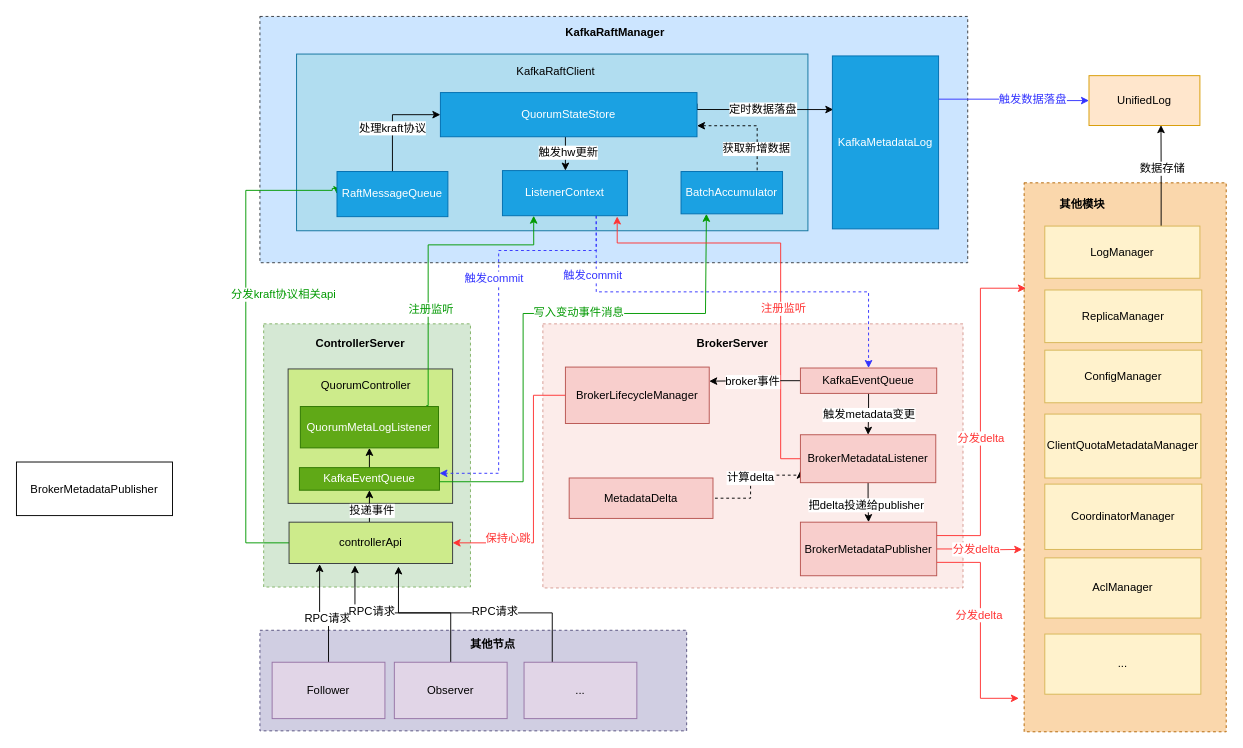
Before: page "第 7 页" (7 of 7) of controller.drawio in jameslcj/myBlog, a draw.io diagram. Source tidied: cells renumbered, new cells numbered last; positions are measured from the earlier drawing's top-left corner, leaving out a move shared by most shapes. Both pictures are drawn from the tidied source at 94%, with x=0, y=0 at pixel (16, 16).
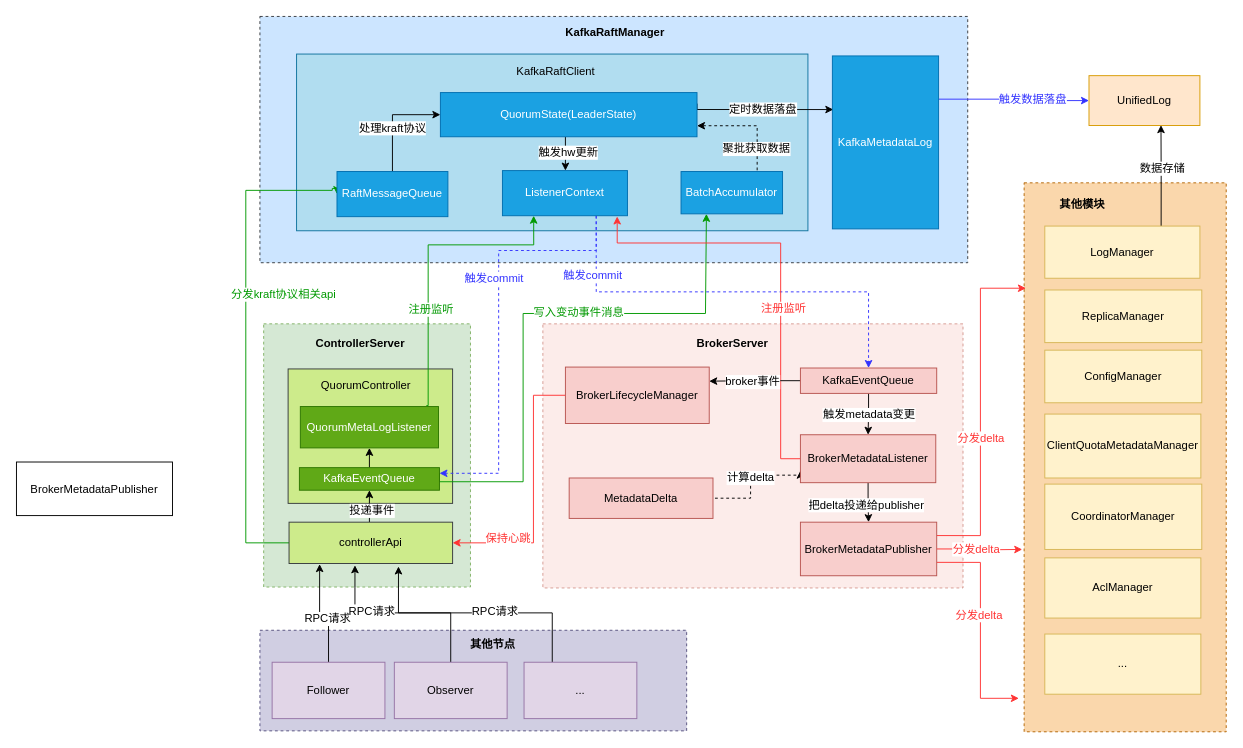
The same page after the edit.

Unchanged cells that the change refers to:
```xml
<mxCell id="24" style="edgeStyle=orthogonalEdgeStyle;rounded=0;jettySize=auto;html=1;exitX=1;exitY=0.75;exitDx=0;exitDy=0;entryX=0.75;entryY=0;entryDx=0;entryDy=0;fontSize=12;fontColor=#000000;startArrow=classic;startFill=1;endArrow=none;endFill=0;dashed=1;" parent="1" edge="1" source="27" target="63">
  <mxGeometry relative="1" as="geometry" />
</mxCell>
```

Change to the diagram source:
```diff
@@
-    <mxCell id="25" value="获取新增数据" style="edgeLabel;html=1;align=center;verticalAlign=middle;fontSize=12;fontColor=#000000;" parent="24" vertex="1">
+    <mxCell id="25" value="聚批获取数据" style="edgeLabel;html=1;align=center;verticalAlign=middle;fontSize=12;fontColor=#000000;" parent="24" vertex="1">
       <mxGeometry x="0.56" y="-2" relative="1" as="geometry" />
     </mxCell>
@@
-    <mxCell id="27" value="QuorumStateStore" style="whiteSpace=wrap;html=1;rounded=0;fillColor=#1ba1e2;strokeColor=#006EAF;fontColor=#ffffff;" parent="1" vertex="1">
+    <mxCell id="27" value="QuorumState(LeaderState)" style="whiteSpace=wrap;html=1;rounded=0;fillColor=#1ba1e2;strokeColor=#006EAF;fontColor=#ffffff;" parent="1" vertex="1">
       <mxGeometry x="451" y="81" width="273" height="47" as="geometry" />
     </mxCell>
```
